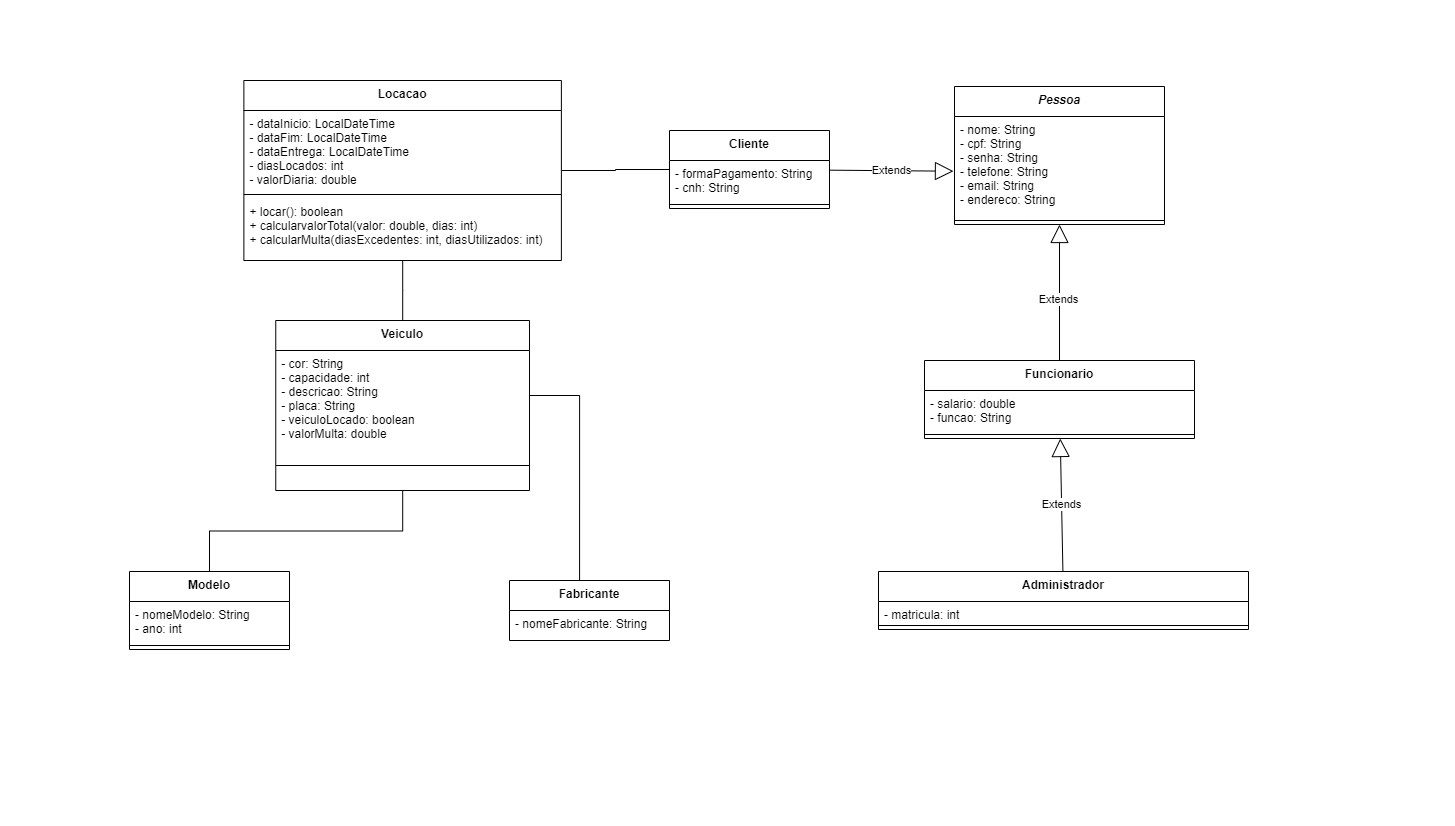
This is target/classes/com/example/locadora_abvv/Diagrama de Classes de Dominio.png from victor7miguel/Locadora_ABVV, a draw.io export, as it was before one commit. Source tidied: cells renumbered, new cells last; positions are measured from the earlier drawing's top-left corner, leaving out a move shared by most shapes.
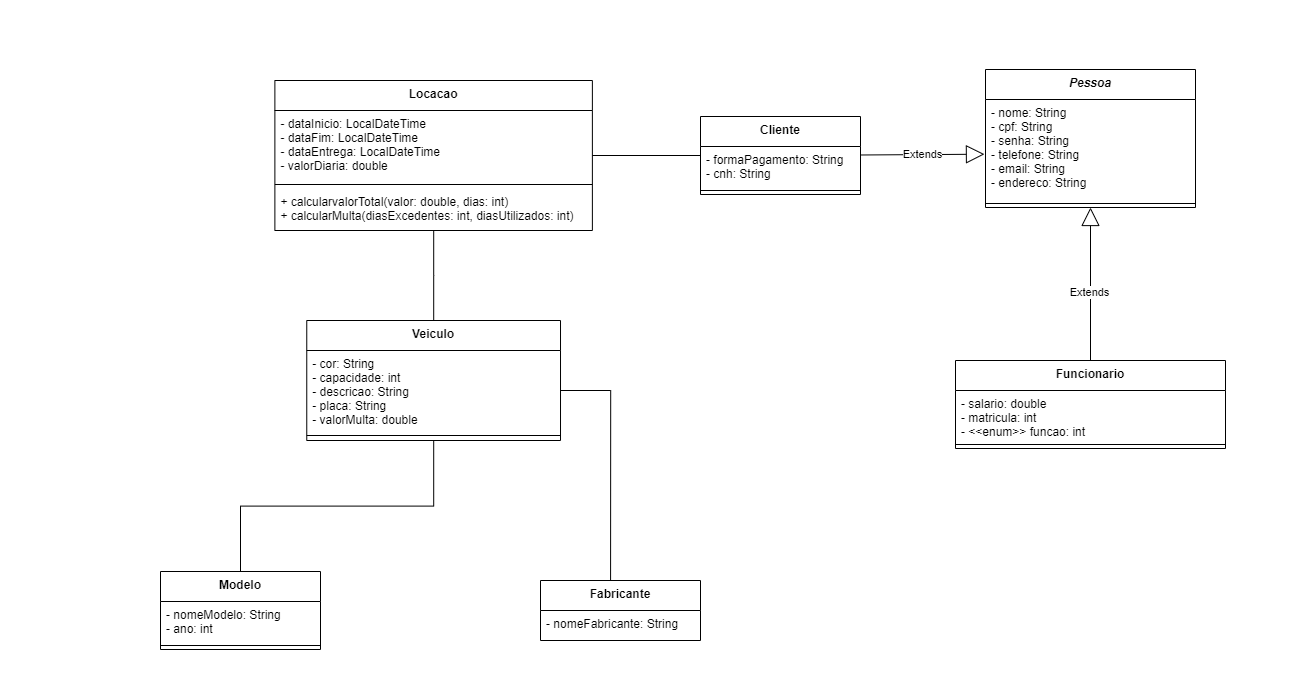
Above is the later version.

Diff of the diagram source:
```diff
@@ -3,16 +3,16 @@
     <mxCell id="0" />
     <mxCell id="1" parent="0" />
     <mxCell id="2" value="Veiculo" style="swimlane;fontStyle=1;align=center;verticalAlign=top;horizontal=1;startSize=30;" parent="1" vertex="1">
-      <mxGeometry x="146.3" y="240" width="253.8" height="170" as="geometry" />
+      <mxGeometry x="146.3" y="240" width="253.8" height="120" as="geometry" />
     </mxCell>
-    <mxCell id="3" value="- cor: String&#10;- capacidade: int&#10;- descricao: String&#10;- placa: String&#10;- veiculoLocado: boolean&#10;- valorMulta: double" style="text;strokeColor=none;fillColor=none;align=left;verticalAlign=top;spacingLeft=4;spacingRight=4;overflow=hidden;points=[[0,0.5],[1,0.5]];portConstraint=eastwest;" parent="2" vertex="1">
-      <mxGeometry y="30" width="253.8" height="90" as="geometry" />
+    <mxCell id="3" value="- cor: String&#10;- capacidade: int&#10;- descricao: String&#10;- placa: String&#10;- valorMulta: double" style="text;strokeColor=none;fillColor=none;align=left;verticalAlign=top;spacingLeft=4;spacingRight=4;overflow=hidden;points=[[0,0.5],[1,0.5]];portConstraint=eastwest;" parent="2" vertex="1">
+      <mxGeometry y="30" width="253.8" height="80" as="geometry" />
     </mxCell>
     <mxCell id="4" style="line;strokeWidth=1;fillColor=none;align=left;verticalAlign=middle;spacingTop=-1;spacingLeft=3;spacingRight=3;labelPosition=right;" parent="2" vertex="1">
-      <mxGeometry y="120" width="253.8" height="50" as="geometry" />
+      <mxGeometry y="110" width="253.8" height="10" as="geometry" />
     </mxCell>
     <mxCell id="5" value="Pessoa" style="swimlane;fontStyle=3;align=center;verticalAlign=top;horizontal=1;startSize=30;" parent="1" vertex="1">
-      <mxGeometry x="825" y="6" width="210" height="138" as="geometry" />
+      <mxGeometry x="825" y="-11" width="210" height="138" as="geometry" />
     </mxCell>
     <mxCell id="6" value="- nome: String&#10;- cpf: String&#10;- senha: String&#10;- telefone: String &#10;- email: String&#10;- endereco: String" style="text;strokeColor=none;fillColor=none;align=left;verticalAlign=top;spacingLeft=4;spacingRight=4;overflow=hidden;points=[[0,0.5],[1,0.5]];portConstraint=eastwest;" parent="5" vertex="1">
       <mxGeometry y="30" width="210" height="100" as="geometry" />
@@ -21,7 +21,7 @@
       <mxGeometry y="130" width="210" height="8" as="geometry" />
     </mxCell>
     <mxCell id="8" value="Cliente" style="swimlane;fontStyle=1;align=center;verticalAlign=top;horizontal=1;startSize=30;" parent="1" vertex="1">
-      <mxGeometry x="540" y="50" width="160" height="78" as="geometry" />
+      <mxGeometry x="540" y="36" width="160" height="78" as="geometry" />
     </mxCell>
     <mxCell id="9" value="- formaPagamento: String&#10;- cnh: String" style="text;strokeColor=none;fillColor=none;align=left;verticalAlign=top;spacingLeft=4;spacingRight=4;overflow=hidden;" parent="8" vertex="1">
       <mxGeometry y="30" width="160" height="40" as="geometry" />
@@ -30,23 +30,14 @@
       <mxGeometry y="70" width="160" height="8" as="geometry" />
     </mxCell>
     <mxCell id="11" value="Funcionario" style="swimlane;fontStyle=1;align=center;verticalAlign=top;horizontal=1;startSize=30;" parent="1" vertex="1">
-      <mxGeometry x="795" y="280" width="270" height="78" as="geometry" />
+      <mxGeometry x="795" y="280" width="270" height="88" as="geometry" />
     </mxCell>
-    <mxCell id="12" value="- salario: double&#10;- funcao: String" style="text;strokeColor=none;fillColor=none;align=left;verticalAlign=top;spacingLeft=4;spacingRight=4;overflow=hidden;" parent="11" vertex="1">
-      <mxGeometry y="30" width="270" height="40" as="geometry" />
+    <mxCell id="12" value="- salario: double&#10;- matricula: int&#10;- &lt;&lt;enum&gt;&gt; funcao: int" style="text;strokeColor=none;fillColor=none;align=left;verticalAlign=top;spacingLeft=4;spacingRight=4;overflow=hidden;" parent="11" vertex="1">
+      <mxGeometry y="30" width="270" height="50" as="geometry" />
     </mxCell>
     <mxCell id="13" style="line;strokeWidth=1;fillColor=none;align=left;verticalAlign=middle;spacingTop=-1;spacingLeft=3;spacingRight=3;labelPosition=right;" parent="11" vertex="1">
-      <mxGeometry y="70" width="270" height="8" as="geometry" />
+      <mxGeometry y="80" width="270" height="8" as="geometry" />
     </mxCell>
-    <mxCell id="14" value="Administrador" style="swimlane;fontStyle=1;align=center;verticalAlign=top;horizontal=1;startSize=30;" parent="1" vertex="1">
-      <mxGeometry x="749" y="491" width="370" height="58" as="geometry" />
-    </mxCell>
-    <mxCell id="15" value="- matricula: int" style="text;strokeColor=none;fillColor=none;align=left;verticalAlign=top;spacingLeft=4;spacingRight=4;overflow=hidden;" parent="14" vertex="1">
-      <mxGeometry y="30" width="370" height="20" as="geometry" />
-    </mxCell>
-    <mxCell id="16" style="line;strokeWidth=1;fillColor=none;align=left;verticalAlign=middle;spacingTop=-1;spacingLeft=3;spacingRight=3;labelPosition=right;" parent="14" vertex="1">
-      <mxGeometry y="50" width="370" height="8" as="geometry" />
-    </mxCell>
     <mxCell id="17" value="Extends" style="endArrow=block;endSize=16;endFill=0;html=1;rounded=0;" parent="1" edge="1" source="11" target="5">
       <mxGeometry x="-0.1" y="1" relative="1" as="geometry" />
     </mxCell>
@@ -54,16 +45,16 @@
       <mxGeometry relative="1" as="geometry" />
     </mxCell>
     <mxCell id="19" value="Locacao" style="swimlane;fontStyle=1;align=center;verticalAlign=top;horizontal=1;startSize=30;" parent="1" vertex="1">
-      <mxGeometry x="114.4" width="317.5" height="180" as="geometry" />
+      <mxGeometry x="114.4" width="317.5" height="150" as="geometry" />
     </mxCell>
-    <mxCell id="20" value="- dataInicio: LocalDateTime&#10;- dataFim: LocalDateTime&#10;- dataEntrega: LocalDateTime&#10;- diasLocados: int&#10;- valorDiaria: double&#10;" style="text;strokeColor=none;fillColor=none;align=left;verticalAlign=top;spacingLeft=4;spacingRight=4;overflow=hidden;" parent="19" vertex="1">
-      <mxGeometry y="30" width="317.5" height="80" as="geometry" />
+    <mxCell id="20" value="- dataInicio: LocalDateTime&#10;- dataFim: LocalDateTime&#10;- dataEntrega: LocalDateTime&#10;- valorDiaria: double&#10;" style="text;strokeColor=none;fillColor=none;align=left;verticalAlign=top;spacingLeft=4;spacingRight=4;overflow=hidden;" parent="19" vertex="1">
+      <mxGeometry y="30" width="317.5" height="70" as="geometry" />
     </mxCell>
     <mxCell id="21" style="line;strokeWidth=1;fillColor=none;align=left;verticalAlign=middle;spacingTop=-1;spacingLeft=3;spacingRight=3;labelPosition=right;" parent="19" vertex="1">
-      <mxGeometry y="110" width="317.5" height="8" as="geometry" />
+      <mxGeometry y="100" width="317.5" height="8" as="geometry" />
     </mxCell>
-    <mxCell id="22" value="+ locar(): boolean&#10;+ calcularvalorTotal(valor: double, dias: int)&#10;+ calcularMulta(diasExcedentes: int, diasUtilizados: int)" style="text;strokeColor=none;fillColor=none;align=left;verticalAlign=top;spacingLeft=4;spacingRight=4;overflow=hidden;" parent="19" vertex="1">
-      <mxGeometry y="118" width="317.5" height="62" as="geometry" />
+    <mxCell id="22" value="+ calcularvalorTotal(valor: double, dias: int)&#10;+ calcularMulta(diasExcedentes: int, diasUtilizados: int)" style="text;strokeColor=none;fillColor=none;align=left;verticalAlign=top;spacingLeft=4;spacingRight=4;overflow=hidden;" parent="19" vertex="1">
+      <mxGeometry y="108" width="317.5" height="42" as="geometry" />
     </mxCell>
     <mxCell id="23" value="Modelo" style="swimlane;fontStyle=1;align=center;verticalAlign=top;horizontal=1;startSize=30;" parent="1" vertex="1">
       <mxGeometry y="491" width="160" height="78" as="geometry" />
@@ -80,9 +71,6 @@
     <mxCell id="27" value="- nomeFabricante: String" style="text;strokeColor=none;fillColor=none;align=left;verticalAlign=top;spacingLeft=4;spacingRight=4;overflow=hidden;" parent="26" vertex="1">
       <mxGeometry y="30" width="160" height="30" as="geometry" />
     </mxCell>
-    <mxCell id="28" value="Extends" style="endArrow=block;endSize=16;endFill=0;html=1;rounded=0;" parent="1" edge="1" source="14" target="11">
-      <mxGeometry relative="1" as="geometry" />
-    </mxCell>
     <mxCell id="29" style="endArrow=none;html=1;edgeStyle=orthogonalEdgeStyle;rounded=0;entryX=0.438;entryY=0;entryDx=0;entryDy=0;entryPerimeter=0;" parent="1" edge="1" source="3" target="26">
       <mxGeometry relative="1" as="geometry" />
     </mxCell>
```
